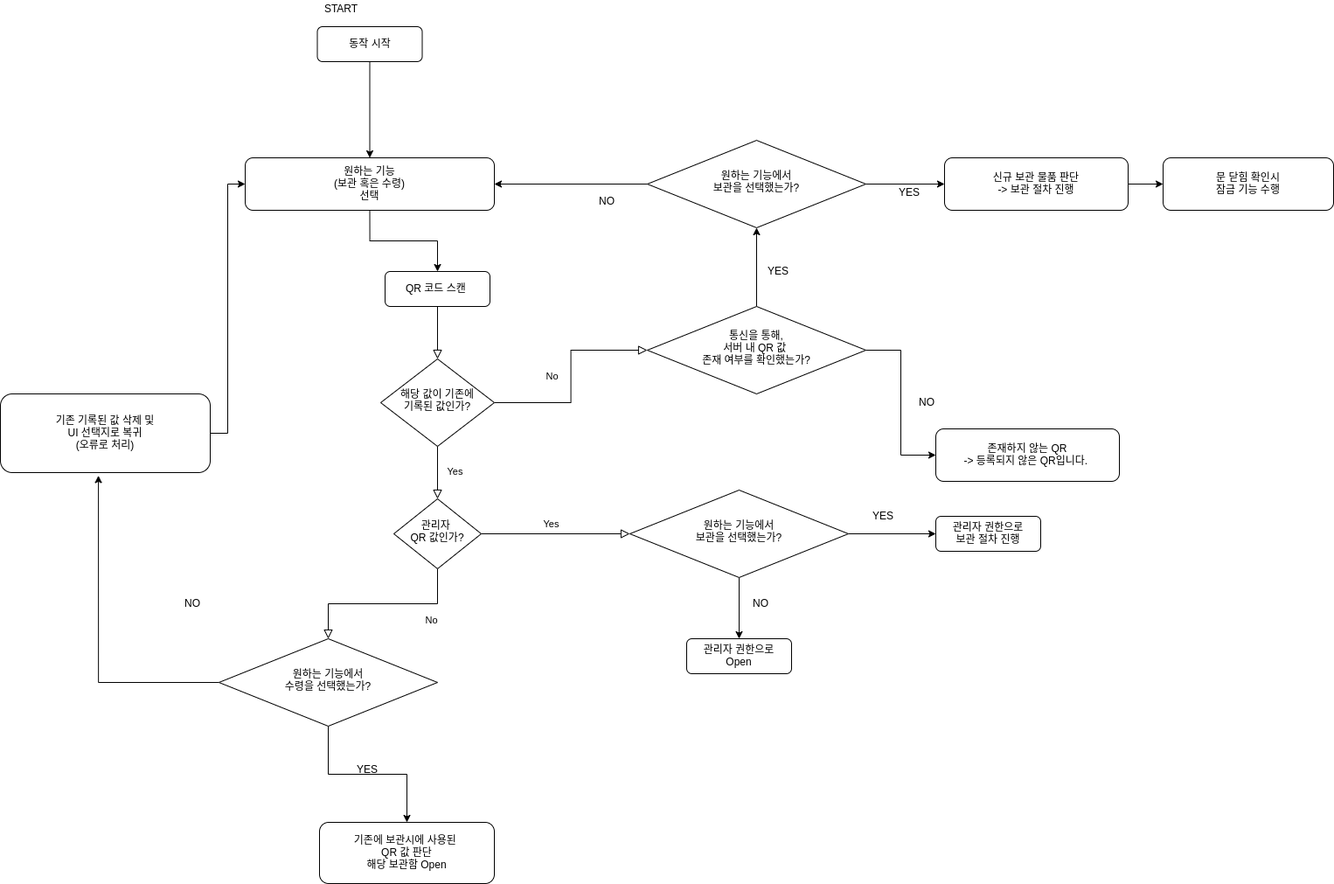
The draw.io diagram image/OSAM-IOT.png in osamhack2021/WEB_IOT_ComradeMarket_MiscThings, before a commit. Source tidied: cells renumbered, new cells last; positions are measured from the earlier drawing's top-left corner, leaving out a move shared by most shapes.
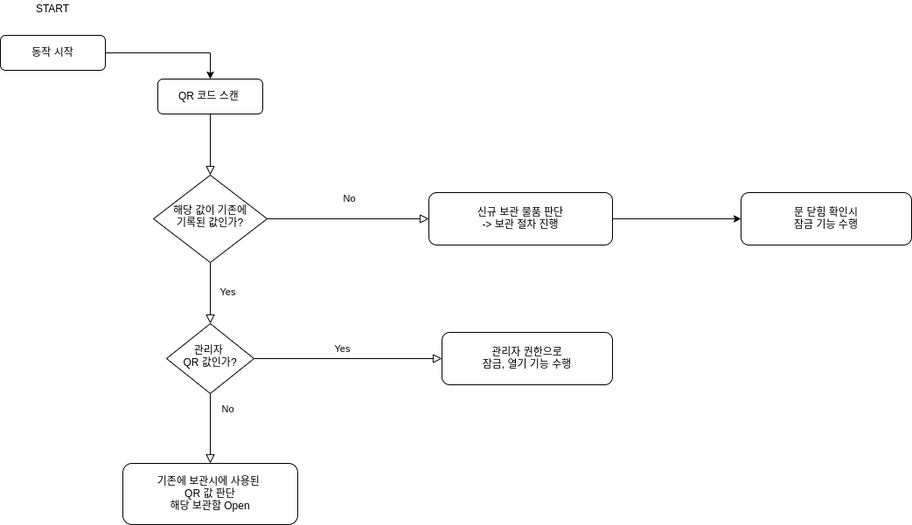
The same diagram one commit later.

The edit, as a diff of the source:
```diff
@@ -2,135 +2,55 @@
   <root>
     <mxCell id="0" />
     <mxCell id="1" parent="0" />
-    <mxCell id="2" style="rounded=0;html=1;jettySize=auto;fontSize=11;endArrow=block;endFill=0;endSize=8;strokeWidth=1;shadow=0;labelBackgroundColor=none;edgeStyle=orthogonalEdgeStyle;" parent="1" edge="1" source="3">
-      <mxGeometry relative="1" as="geometry">
-        <mxPoint x="500" y="410" as="targetPoint" />
-      </mxGeometry>
+    <mxCell id="2" style="rounded=0;html=1;jettySize=auto;fontSize=11;endArrow=block;endFill=0;endSize=8;strokeWidth=1;shadow=0;labelBackgroundColor=none;edgeStyle=orthogonalEdgeStyle;entryX=0.5;entryY=0;entryDx=0;entryDy=0;" parent="1" edge="1" source="3" target="6">
+      <mxGeometry relative="1" as="geometry" />
     </mxCell>
     <mxCell id="3" value="QR 코드 스캔&amp;nbsp;" style="rounded=1;whiteSpace=wrap;html=1;fontSize=12;glass=0;strokeWidth=1;shadow=0;" parent="1" vertex="1">
-      <mxGeometry x="440" y="310" width="120" height="40" as="geometry" />
+      <mxGeometry x="440" y="230" width="120" height="40" as="geometry" />
     </mxCell>
     <mxCell id="4" value="Yes" style="rounded=0;html=1;jettySize=auto;fontSize=11;endArrow=block;endFill=0;endSize=8;strokeWidth=1;shadow=0;labelBackgroundColor=none;edgeStyle=orthogonalEdgeStyle;" parent="1" edge="1" source="6" target="11">
       <mxGeometry y="20" relative="1" as="geometry" />
     </mxCell>
-    <mxCell id="5" value="No" style="edgeStyle=orthogonalEdgeStyle;rounded=0;html=1;jettySize=auto;fontSize=11;endArrow=block;endFill=0;endSize=8;strokeWidth=1;shadow=0;labelBackgroundColor=none;entryX=0;entryY=0.5;entryDx=0;entryDy=0;" parent="1" edge="1" source="6" target="18">
+    <mxCell id="5" value="No" style="edgeStyle=orthogonalEdgeStyle;rounded=0;html=1;jettySize=auto;fontSize=11;endArrow=block;endFill=0;endSize=8;strokeWidth=1;shadow=0;labelBackgroundColor=none;entryX=0;entryY=0.5;entryDx=0;entryDy=0;" parent="1" edge="1" source="6" target="8">
       <mxGeometry y="23" relative="1" as="geometry">
         <mxPoint x="1" y="1" as="offset" />
       </mxGeometry>
     </mxCell>
     <mxCell id="6" value="해당 값이 기존에&lt;br&gt;기록된 값인가?" style="rhombus;whiteSpace=wrap;html=1;shadow=0;fontFamily=Helvetica;fontSize=12;align=center;strokeWidth=1;spacing=6;spacingTop=-4;" parent="1" vertex="1">
-      <mxGeometry x="435" y="410" width="130" height="100" as="geometry" />
+      <mxGeometry x="435" y="340" width="130" height="100" as="geometry" />
     </mxCell>
     <mxCell id="7" style="edgeStyle=orthogonalEdgeStyle;rounded=0;jettySize=auto;html=1;" parent="1" edge="1" source="8" target="26">
       <mxGeometry relative="1" as="geometry" />
     </mxCell>
     <mxCell id="8" value="신규 보관 물품 판단&lt;br&gt;-&amp;gt; 보관 절차 진행" style="rounded=1;whiteSpace=wrap;html=1;fontSize=12;glass=0;strokeWidth=1;shadow=0;" parent="1" vertex="1">
-      <mxGeometry x="1080" y="180" width="210" height="60" as="geometry" />
+      <mxGeometry x="750" y="360" width="210" height="60" as="geometry" />
     </mxCell>
-    <mxCell id="9" value="No" style="rounded=0;html=1;jettySize=auto;fontSize=11;endArrow=block;endFill=0;endSize=8;strokeWidth=1;shadow=0;labelBackgroundColor=none;edgeStyle=orthogonalEdgeStyle;entryX=0.5;entryY=0;entryDx=0;entryDy=0;" parent="1" edge="1" source="11" target="38">
+    <mxCell id="9" value="No" style="rounded=0;html=1;jettySize=auto;fontSize=11;endArrow=block;endFill=0;endSize=8;strokeWidth=1;shadow=0;labelBackgroundColor=none;edgeStyle=orthogonalEdgeStyle;entryX=0.5;entryY=0;entryDx=0;entryDy=0;" parent="1" edge="1" source="11" target="12">
       <mxGeometry x="-0.54" y="20" relative="1" as="geometry" />
     </mxCell>
-    <mxCell id="10" value="Yes" style="edgeStyle=orthogonalEdgeStyle;rounded=0;html=1;jettySize=auto;fontSize=11;endArrow=block;endFill=0;endSize=8;strokeWidth=1;shadow=0;labelBackgroundColor=none;entryX=0;entryY=0.5;entryDx=0;entryDy=0;" parent="1" edge="1" source="11" target="32">
+    <mxCell id="10" value="Yes" style="edgeStyle=orthogonalEdgeStyle;rounded=0;html=1;jettySize=auto;fontSize=11;endArrow=block;endFill=0;endSize=8;strokeWidth=1;shadow=0;labelBackgroundColor=none;entryX=0;entryY=0.5;entryDx=0;entryDy=0;" parent="1" edge="1" source="11" target="44">
       <mxGeometry x="-0.06" y="10" relative="1" as="geometry" />
     </mxCell>
     <mxCell id="11" value="관리자&amp;nbsp;&lt;br&gt;QR 값인가?" style="rhombus;whiteSpace=wrap;html=1;shadow=0;fontFamily=Helvetica;fontSize=12;align=center;strokeWidth=1;spacing=6;spacingTop=-4;" parent="1" vertex="1">
-      <mxGeometry x="450" y="570" width="100" height="80" as="geometry" />
+      <mxGeometry x="450" y="510" width="100" height="80" as="geometry" />
     </mxCell>
     <mxCell id="12" value="기존에&amp;nbsp;보관시에 사용된 &lt;br&gt;QR 값 판단&lt;br&gt;해당 보관함 Open" style="rounded=1;whiteSpace=wrap;html=1;fontSize=12;glass=0;strokeWidth=1;shadow=0;" parent="1" vertex="1">
-      <mxGeometry x="365" y="940" width="200" height="70" as="geometry" />
+      <mxGeometry x="400" y="670" width="200" height="70" as="geometry" />
     </mxCell>
-    <mxCell id="13" value="관리자 권한으로&lt;br&gt;Open" style="rounded=1;whiteSpace=wrap;html=1;fontSize=12;glass=0;strokeWidth=1;shadow=0;" parent="1" vertex="1">
-      <mxGeometry x="785" y="730" width="120" height="40" as="geometry" />
-    </mxCell>
-    <mxCell id="14" style="edgeStyle=orthogonalEdgeStyle;rounded=0;jettySize=auto;html=1;" parent="1" edge="1" source="15" target="22">
+    <mxCell id="14" style="edgeStyle=orthogonalEdgeStyle;rounded=0;jettySize=auto;html=1;entryX=0.5;entryY=0;entryDx=0;entryDy=0;" parent="1" edge="1" source="15" target="3">
       <mxGeometry relative="1" as="geometry" />
     </mxCell>
     <mxCell id="15" value="동작 시작" style="rounded=1;whiteSpace=wrap;html=1;fontSize=12;glass=0;strokeWidth=1;shadow=0;" parent="1" vertex="1">
-      <mxGeometry x="362.5" y="30" width="120" height="40" as="geometry" />
+      <mxGeometry x="260" y="180" width="120" height="40" as="geometry" />
     </mxCell>
-    <mxCell id="16" style="edgeStyle=orthogonalEdgeStyle;rounded=0;jettySize=auto;html=1;entryX=0;entryY=0.5;entryDx=0;entryDy=0;" parent="1" edge="1" source="18" target="20">
-      <mxGeometry relative="1" as="geometry" />
-    </mxCell>
-    <mxCell id="17" style="edgeStyle=orthogonalEdgeStyle;rounded=0;jettySize=auto;html=1;entryX=0.5;entryY=1;entryDx=0;entryDy=0;" parent="1" edge="1" source="18" target="25">
-      <mxGeometry relative="1" as="geometry" />
-    </mxCell>
-    <mxCell id="18" value="통신을 통해,&lt;br&gt;서버 내 QR 값&amp;nbsp;&lt;br&gt;존재 여부를 확인했는가?" style="rhombus;whiteSpace=wrap;html=1;shadow=0;fontFamily=Helvetica;fontSize=12;align=center;strokeWidth=1;spacing=6;spacingTop=-4;" parent="1" vertex="1">
-      <mxGeometry x="740" y="350" width="250" height="100" as="geometry" />
-    </mxCell>
-    <mxCell id="19" value="YES" style="text;html=1;strokeColor=none;fillColor=none;align=center;verticalAlign=middle;whiteSpace=wrap;rounded=0;" parent="1" vertex="1">
-      <mxGeometry x="1020" y="210" width="40" height="20" as="geometry" />
-    </mxCell>
-    <mxCell id="20" value="존재하지 않는 QR&lt;br&gt;-&amp;gt; 등록되지 않은 QR입니다.&amp;nbsp;" style="rounded=1;whiteSpace=wrap;html=1;fontSize=12;glass=0;strokeWidth=1;shadow=0;" parent="1" vertex="1">
-      <mxGeometry x="1070" y="490" width="210" height="60" as="geometry" />
-    </mxCell>
-    <mxCell id="21" style="edgeStyle=orthogonalEdgeStyle;rounded=0;jettySize=auto;html=1;exitX=0.5;exitY=1;exitDx=0;exitDy=0;" parent="1" edge="1" source="22" target="3">
-      <mxGeometry relative="1" as="geometry" />
-    </mxCell>
-    <mxCell id="22" value="원하는 기능&lt;br&gt;(보관 혹은 수령)&lt;br&gt;선택" style="rounded=1;whiteSpace=wrap;html=1;fontSize=12;glass=0;strokeWidth=1;shadow=0;" parent="1" vertex="1">
-      <mxGeometry x="280" y="180" width="285" height="60" as="geometry" />
-    </mxCell>
-    <mxCell id="23" style="edgeStyle=orthogonalEdgeStyle;rounded=0;jettySize=auto;html=1;" parent="1" edge="1" source="25" target="8">
-      <mxGeometry relative="1" as="geometry" />
-    </mxCell>
-    <mxCell id="24" style="edgeStyle=orthogonalEdgeStyle;rounded=0;jettySize=auto;html=1;entryX=1;entryY=0.5;entryDx=0;entryDy=0;" parent="1" edge="1" source="25" target="22">
-      <mxGeometry relative="1" as="geometry" />
-    </mxCell>
-    <mxCell id="25" value="원하는 기능에서&lt;br&gt;보관을 선택했는가?" style="rhombus;whiteSpace=wrap;html=1;shadow=0;fontFamily=Helvetica;fontSize=12;align=center;strokeWidth=1;spacing=6;spacingTop=-4;" parent="1" vertex="1">
-      <mxGeometry x="740" y="160" width="250" height="100" as="geometry" />
-    </mxCell>
     <mxCell id="26" value="문 닫힘 확인시&lt;br&gt;잠금 기능 수행" style="whiteSpace=wrap;html=1;rounded=1;shadow=0;strokeWidth=1;glass=0;" parent="1" vertex="1">
-      <mxGeometry x="1330" y="180" width="195" height="60" as="geometry" />
+      <mxGeometry x="1107" y="360" width="195" height="60" as="geometry" />
     </mxCell>
-    <mxCell id="27" value="NO" style="text;html=1;strokeColor=none;fillColor=none;align=center;verticalAlign=middle;whiteSpace=wrap;rounded=0;" parent="1" vertex="1">
-      <mxGeometry x="674" y="220" width="40" height="20" as="geometry" />
-    </mxCell>
-    <mxCell id="28" value="YES" style="text;html=1;strokeColor=none;fillColor=none;align=center;verticalAlign=middle;whiteSpace=wrap;rounded=0;" parent="1" vertex="1">
-      <mxGeometry x="870" y="300" width="40" height="20" as="geometry" />
-    </mxCell>
-    <mxCell id="29" value="NO" style="text;html=1;strokeColor=none;fillColor=none;align=center;verticalAlign=middle;whiteSpace=wrap;rounded=0;" parent="1" vertex="1">
-      <mxGeometry x="1040" y="450" width="40" height="20" as="geometry" />
-    </mxCell>
-    <mxCell id="30" style="edgeStyle=orthogonalEdgeStyle;rounded=0;jettySize=auto;html=1;entryX=0;entryY=0.5;entryDx=0;entryDy=0;" parent="1" edge="1" source="32" target="33">
-      <mxGeometry relative="1" as="geometry" />
-    </mxCell>
-    <mxCell id="31" style="edgeStyle=orthogonalEdgeStyle;rounded=0;jettySize=auto;html=1;entryX=0.5;entryY=0;entryDx=0;entryDy=0;" parent="1" edge="1" source="32" target="13">
-      <mxGeometry relative="1" as="geometry" />
-    </mxCell>
-    <mxCell id="32" value="원하는 기능에서&lt;br&gt;보관을 선택했는가?" style="rhombus;whiteSpace=wrap;html=1;shadow=0;fontFamily=Helvetica;fontSize=12;align=center;strokeWidth=1;spacing=6;spacingTop=-4;" parent="1" vertex="1">
-      <mxGeometry x="720" y="560" width="250" height="100" as="geometry" />
-    </mxCell>
-    <mxCell id="33" value="관리자 권한으로&lt;br&gt;보관 절차 진행" style="rounded=1;whiteSpace=wrap;html=1;fontSize=12;glass=0;strokeWidth=1;shadow=0;" parent="1" vertex="1">
-      <mxGeometry x="1070" y="590" width="120" height="40" as="geometry" />
-    </mxCell>
-    <mxCell id="34" value="YES" style="text;html=1;strokeColor=none;fillColor=none;align=center;verticalAlign=middle;whiteSpace=wrap;rounded=0;" parent="1" vertex="1">
-      <mxGeometry x="990" y="580" width="40" height="20" as="geometry" />
-    </mxCell>
-    <mxCell id="35" value="NO" style="text;html=1;strokeColor=none;fillColor=none;align=center;verticalAlign=middle;whiteSpace=wrap;rounded=0;" parent="1" vertex="1">
-      <mxGeometry x="850" y="680" width="40" height="20" as="geometry" />
-    </mxCell>
-    <mxCell id="36" style="edgeStyle=orthogonalEdgeStyle;rounded=0;jettySize=auto;html=1;entryX=0.5;entryY=0;entryDx=0;entryDy=0;" parent="1" edge="1" source="38" target="12">
-      <mxGeometry relative="1" as="geometry" />
-    </mxCell>
-    <mxCell id="37" style="edgeStyle=orthogonalEdgeStyle;rounded=0;jettySize=auto;html=1;entryX=0.467;entryY=1.038;entryDx=0;entryDy=0;entryPerimeter=0;" parent="1" edge="1" source="38" target="43">
-      <mxGeometry relative="1" as="geometry" />
-    </mxCell>
-    <mxCell id="38" value="원하는 기능에서&lt;br&gt;수령을 선택했는가?" style="rhombus;whiteSpace=wrap;html=1;shadow=0;fontFamily=Helvetica;fontSize=12;align=center;strokeWidth=1;spacing=6;spacingTop=-4;" parent="1" vertex="1">
-      <mxGeometry x="250" y="730" width="250" height="100" as="geometry" />
-    </mxCell>
-    <mxCell id="39" value="YES" style="text;html=1;strokeColor=none;fillColor=none;align=center;verticalAlign=middle;whiteSpace=wrap;rounded=0;" parent="1" vertex="1">
-      <mxGeometry x="400" y="870" width="40" height="20" as="geometry" />
-    </mxCell>
-    <mxCell id="40" value="NO" style="text;html=1;strokeColor=none;fillColor=none;align=center;verticalAlign=middle;whiteSpace=wrap;rounded=0;" parent="1" vertex="1">
-      <mxGeometry x="200" y="680" width="40" height="20" as="geometry" />
-    </mxCell>
     <mxCell id="41" value="START" style="text;html=1;strokeColor=none;fillColor=none;align=center;verticalAlign=middle;whiteSpace=wrap;rounded=0;" parent="1" vertex="1">
-      <mxGeometry x="370" width="40" height="20" as="geometry" />
+      <mxGeometry x="300" y="140" width="40" height="20" as="geometry" />
     </mxCell>
-    <mxCell id="42" style="edgeStyle=orthogonalEdgeStyle;rounded=0;jettySize=auto;html=1;entryX=0;entryY=0.5;entryDx=0;entryDy=0;" parent="1" edge="1" source="43" target="22">
-      <mxGeometry relative="1" as="geometry" />
-    </mxCell>
-    <mxCell id="43" value="기존 기록된 값 삭제 및&lt;br&gt;UI 선택지로 복귀&lt;br&gt;(오류로 처리)" style="rounded=1;whiteSpace=wrap;html=1;fontSize=12;glass=0;strokeWidth=1;shadow=0;" parent="1" vertex="1">
-      <mxGeometry y="450" width="240" height="90" as="geometry" />
-    </mxCell>
+    <mxCell id="44" value="관리자 권한으로&lt;br&gt;잠금, 열기 기능 수행" style="whiteSpace=wrap;html=1;rounded=1;shadow=0;strokeWidth=1;glass=0;" parent="1" vertex="1">
+      <mxGeometry x="765" y="520" width="195" height="60" as="geometry" />
+    </mxCell>
   </root>
 </mxGraphModel>
```
